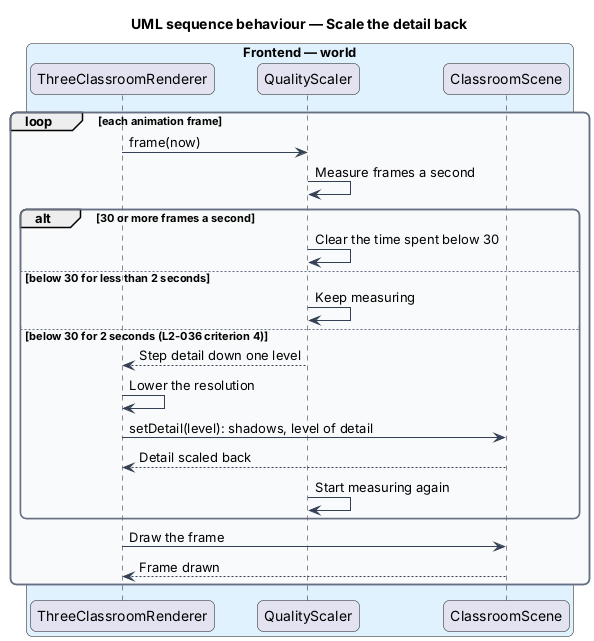
Before: docs/detailed-designs/classroom/draw-classroom/diagrams/sequence-scale-detail-back.png, a diagram exported from PlantUML (QuinntyneBrown/around-the-world). Its source is kept beside it as docs/detailed-designs/classroom/draw-classroom/diagrams/sequence-scale-detail-back.puml. Its diagram source:
```plantuml
@startuml
title UML sequence behaviour — Scale the detail back
skinparam backgroundColor #FFFFFF
skinparam shadowing false
skinparam roundcorner 12
skinparam defaultFontName Arial
skinparam ArrowColor #344054
skinparam rectangle {
  BorderColor #344054
  FontColor #101828
}
skinparam package {
  BorderColor #667085
  FontColor #101828
  BackgroundColor #F9FAFB
}
box "Frontend — world" #E0F2FE
  participant "ThreeClassroomRenderer" as renderer
  participant "QualityScaler" as scaler
  participant "ClassroomScene" as scene
end box
loop each animation frame
  renderer -> scaler : frame(now)
  scaler -> scaler : Measure frames a second
  alt 30 or more frames a second
    scaler -> scaler : Clear the time spent below 30
  else below 30 for less than 2 seconds
    scaler -> scaler : Keep measuring
  else below 30 for 2 seconds (L2-036 criterion 4)
    scaler --> renderer : Step detail down one level
    renderer -> renderer : Lower the resolution
    renderer -> scene : setDetail(level): shadows, level of detail
    scene --> renderer : Detail scaled back
    scaler -> scaler : Start measuring again
  end
  renderer -> scene : Draw the frame
  scene --> renderer : Frame drawn
end
@enduml
```
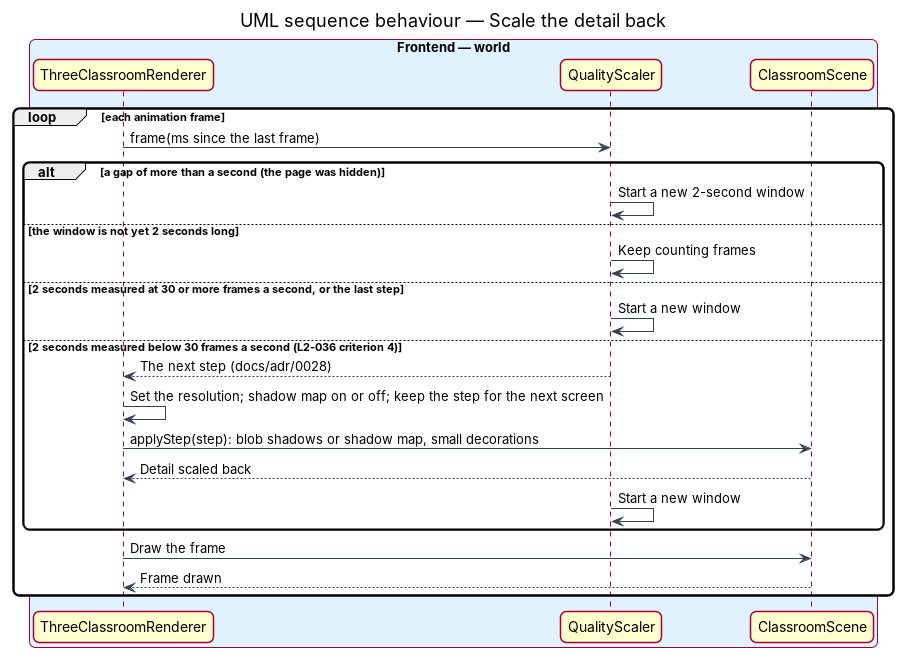
The same file after the commit.

Change to the diagram source:
```diff
@@ -20,18 +20,19 @@
   participant "ClassroomScene" as scene
 end box
 loop each animation frame
-  renderer -> scaler : frame(now)
-  scaler -> scaler : Measure frames a second
-  alt 30 or more frames a second
-    scaler -> scaler : Clear the time spent below 30
-  else below 30 for less than 2 seconds
-    scaler -> scaler : Keep measuring
-  else below 30 for 2 seconds (L2-036 criterion 4)
-    scaler --> renderer : Step detail down one level
-    renderer -> renderer : Lower the resolution
-    renderer -> scene : setDetail(level): shadows, level of detail
+  renderer -> scaler : frame(ms since the last frame)
+  alt a gap of more than a second (the page was hidden)
+    scaler -> scaler : Start a new 2-second window
+  else the window is not yet 2 seconds long
+    scaler -> scaler : Keep counting frames
+  else 2 seconds measured at 30 or more frames a second, or the last step
+    scaler -> scaler : Start a new window
+  else 2 seconds measured below 30 frames a second (L2-036 criterion 4)
+    scaler --> renderer : The next step (docs/adr/0028)
+    renderer -> renderer : Set the resolution; shadow map on or off; keep the step for the next screen
+    renderer -> scene : applyStep(step): blob shadows or shadow map, small decorations
     scene --> renderer : Detail scaled back
-    scaler -> scaler : Start measuring again
+    scaler -> scaler : Start a new window
   end
   renderer -> scene : Draw the frame
   scene --> renderer : Frame drawn
```
